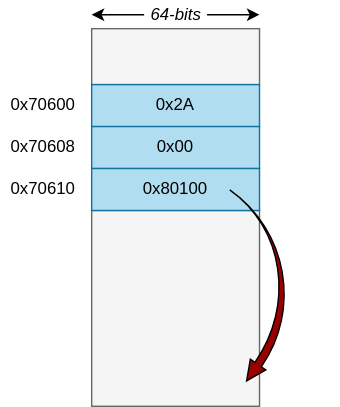
Before: svg/ptr-mem-second-run.svg, a diagram exported from draw.io (alexiscabana/mse_thesis). Source tidied: cells renumbered, new cells last; positions are measured from the earlier drawing's top-left corner, leaving out a move shared by most shapes. Source of this version:
```xml
<mxGraphModel>
  <root>
    <mxCell id="0" />
    <mxCell id="1" parent="0" />
    <mxCell id="2" style="rounded=0;whiteSpace=wrap;html=1;fillColor=#f5f5f5;strokeColor=#666666;fontColor=#333333;" parent="1" vertex="1">
      <mxGeometry x="65" y="20" width="120" height="40" as="geometry" />
    </mxCell>
    <mxCell id="3" style="rounded=0;whiteSpace=wrap;html=1;fillColor=#f5f5f5;strokeColor=#666666;fontColor=#333333;" parent="1" vertex="1">
      <mxGeometry x="65" y="150" width="120" height="140" as="geometry" />
    </mxCell>
    <mxCell id="4" value="0x2A" style="rounded=0;whiteSpace=wrap;html=1;fillColor=#b1ddf0;strokeColor=#10739e;" parent="1" vertex="1">
      <mxGeometry x="65" y="60" width="120" height="30" as="geometry" />
    </mxCell>
    <mxCell id="5" value="0x00" style="rounded=0;whiteSpace=wrap;html=1;fillColor=#b1ddf0;strokeColor=#10739e;" parent="1" vertex="1">
      <mxGeometry x="65" y="90" width="120" height="30" as="geometry" />
    </mxCell>
    <mxCell id="6" value="0x80100" style="rounded=0;whiteSpace=wrap;html=1;fillColor=#b1ddf0;strokeColor=#10739e;" parent="1" vertex="1">
      <mxGeometry x="65" y="120" width="120" height="30" as="geometry" />
    </mxCell>
    <mxCell id="7" value="64-bits" style="text;html=1;strokeColor=none;fillColor=none;align=center;verticalAlign=middle;whiteSpace=wrap;rounded=0;fontStyle=2;" parent="1" vertex="1">
      <mxGeometry x="102.5" width="45" height="20" as="geometry" />
    </mxCell>
    <mxCell id="8" style="endArrow=classic;html=1;exitX=1;exitY=0.5;exitDx=0;exitDy=0;" parent="1" edge="1" source="7">
      <mxGeometry relative="1" as="geometry">
        <mxPoint x="185" y="10" as="targetPoint" />
      </mxGeometry>
    </mxCell>
    <mxCell id="9" style="endArrow=classic;html=1;exitX=0;exitY=0.5;exitDx=0;exitDy=0;entryX=1;entryY=0;entryDx=0;entryDy=0;" parent="1" edge="1" source="7">
      <mxGeometry relative="1" as="geometry">
        <mxPoint x="65" y="10" as="targetPoint" />
      </mxGeometry>
    </mxCell>
    <mxCell id="10" value="0x70608" style="text;html=1;align=center;verticalAlign=middle;" parent="1" vertex="1">
      <mxGeometry y="95" width="60" height="20" as="geometry" />
    </mxCell>
    <mxCell id="11" value="0x70600" style="text;html=1;align=center;verticalAlign=middle;" parent="1" vertex="1">
      <mxGeometry y="65" width="60" height="20" as="geometry" />
    </mxCell>
    <mxCell id="12" value="0x70610" style="text;html=1;align=center;verticalAlign=middle;" parent="1" vertex="1">
      <mxGeometry y="125" width="60" height="20" as="geometry" />
    </mxCell>
    <mxCell id="13" style="html=1;shadow=0;dashed=0;align=center;verticalAlign=middle;shape=mxgraph.arrows2.jumpInArrow;dy=2.78;dx=14.36;arrowHead=13.53;flipH=1;rotation=-55;flipV=1;fillColor=#990000;" parent="1" vertex="1">
      <mxGeometry x="120" y="158" width="105" height="95" as="geometry" />
    </mxCell>
  </root>
</mxGraphModel>
```
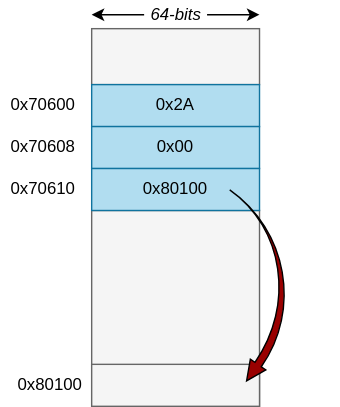
After the commit.

Change to the diagram source:
```diff
@@ -39,8 +39,14 @@
     <mxCell id="12" value="0x70610" style="text;html=1;align=center;verticalAlign=middle;" parent="1" vertex="1">
       <mxGeometry y="125" width="60" height="20" as="geometry" />
     </mxCell>
+    <mxCell id="14" style="rounded=0;whiteSpace=wrap;html=1;fillColor=#f5f5f5;strokeColor=#666666;fontColor=#333333;" parent="1" vertex="1">
+      <mxGeometry x="65" y="260" width="120" height="30" as="geometry" />
+    </mxCell>
     <mxCell id="13" style="html=1;shadow=0;dashed=0;align=center;verticalAlign=middle;shape=mxgraph.arrows2.jumpInArrow;dy=2.78;dx=14.36;arrowHead=13.53;flipH=1;rotation=-55;flipV=1;fillColor=#990000;" parent="1" vertex="1">
       <mxGeometry x="120" y="158" width="105" height="95" as="geometry" />
     </mxCell>
+    <mxCell id="15" value="0x80100" style="text;html=1;align=center;verticalAlign=middle;" parent="1" vertex="1">
+      <mxGeometry x="5" y="265" width="60" height="20" as="geometry" />
+    </mxCell>
   </root>
 </mxGraphModel>
```
